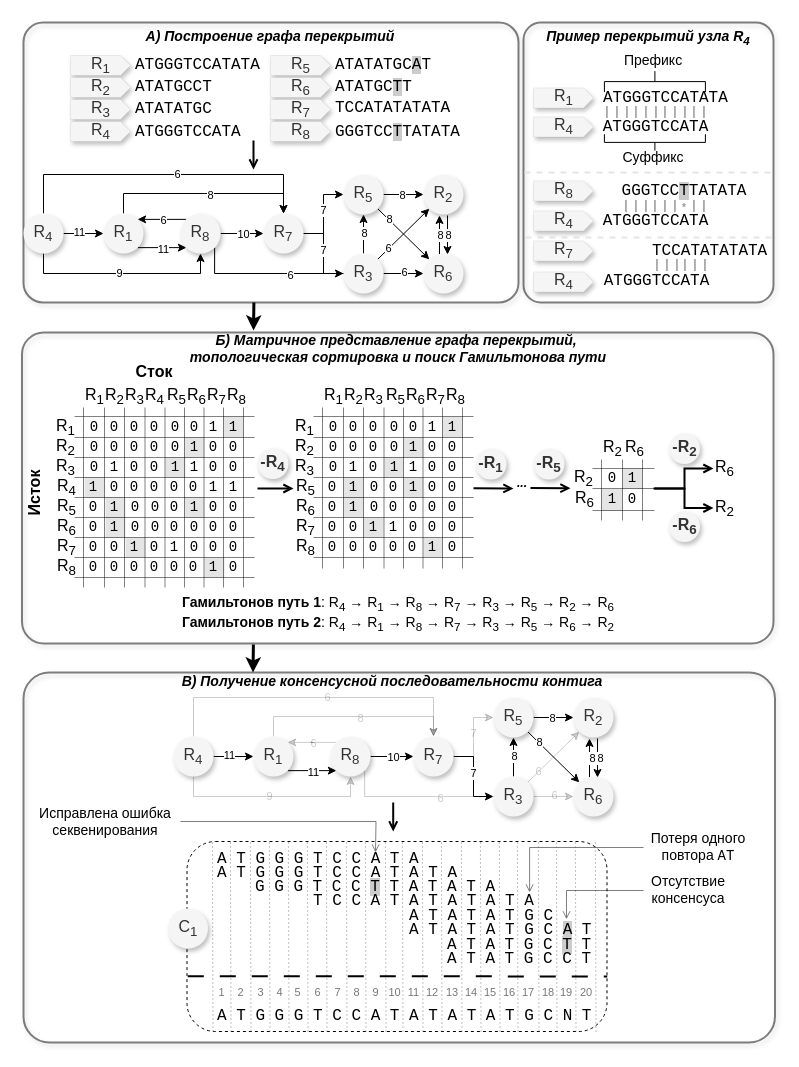
NikolaiL-dev/pictures.drawio keeps this draw.io diagram as OLC.drawio. Above is the earlier version. Source tidied: cells renumbered, new cells numbered last; positions are measured from the earlier drawing's top-left corner, leaving out a move shared by most shapes. Both pictures are drawn from the tidied source at 100%, with x=0, y=0 at pixel (3, 22).
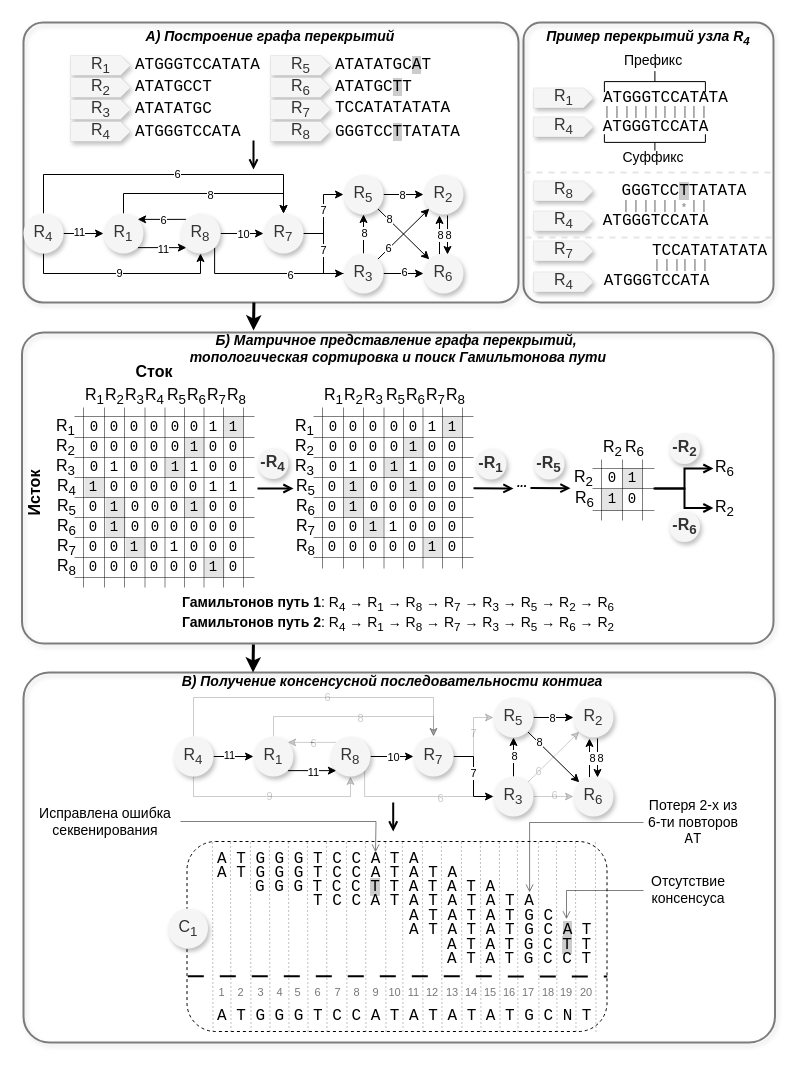
The same page after the edit.

What changed in the source:
```diff
@@
-    <mxCell id="388" value="&lt;font style=&quot;font-size: 14px;&quot;&gt;&lt;font style=&quot;font-size: 14px;&quot; face=&quot;Helvetica&quot;&gt;Потеря одного повтора&lt;/font&gt; &lt;font style=&quot;font-size: 14px;&quot; face=&quot;Courier New&quot;&gt;AT&lt;br&gt;&lt;/font&gt;&lt;/font&gt;" style="text;html=1;align=center;verticalAlign=middle;whiteSpace=wrap;rounded=0;" parent="1" vertex="1">
-      <mxGeometry x="640" y="810" width="110" height="30" as="geometry" />
+    <mxCell id="388" value="&lt;font style=&quot;font-size: 14px;&quot;&gt;&lt;font style=&quot;font-size: 14px;&quot; face=&quot;Helvetica&quot;&gt;Потеря 2-х из 6-ти повторов&lt;/font&gt; &lt;font style=&quot;font-size: 14px;&quot; face=&quot;Courier New&quot;&gt;AT&lt;br&gt;&lt;/font&gt;&lt;/font&gt;" style="text;html=1;align=center;verticalAlign=middle;whiteSpace=wrap;rounded=0;" parent="1" vertex="1">
+      <mxGeometry x="640" y="785" width="100" height="30" as="geometry" />
     </mxCell>
```
